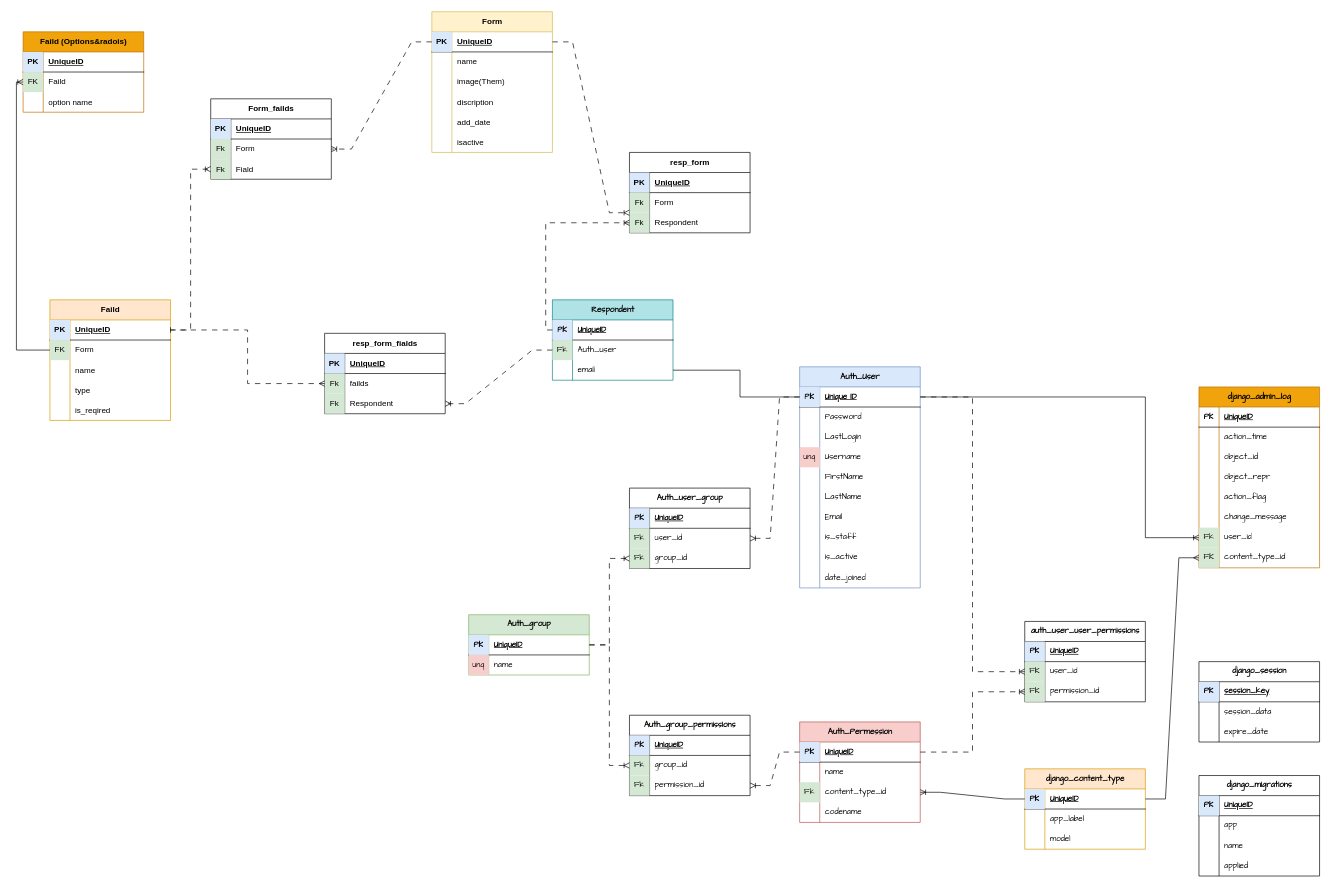
The draw.io diagram db.drawio in TechGeeks-Club/TG_Sets, before the edit. Source tidied: cells renumbered, new cells numbered last; positions are measured from the earlier drawing's top-left corner, leaving out a move shared by most shapes. Both pictures are drawn from the tidied source at 67%, with x=0, y=0 at pixel (23, 11).
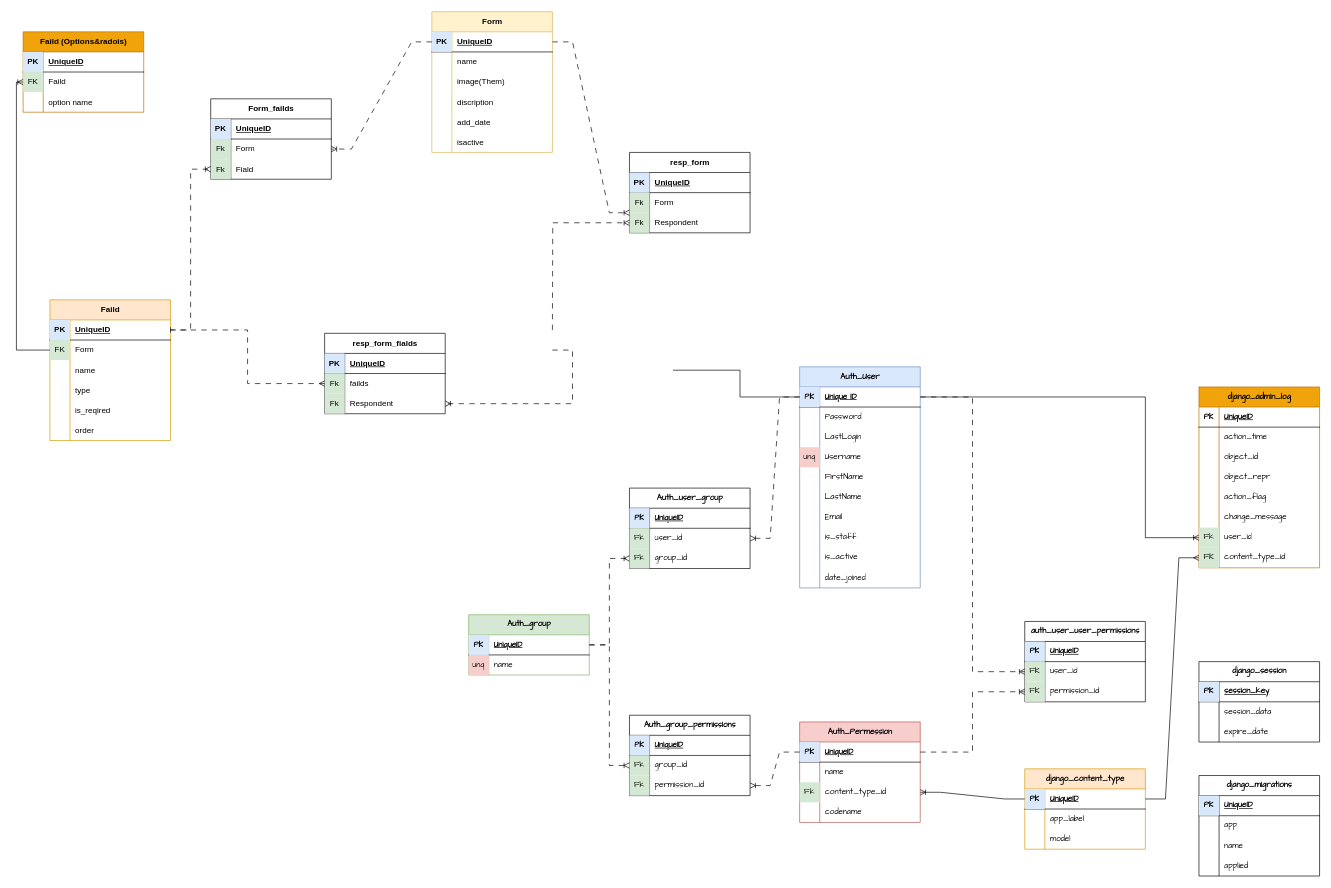
The same page after the edit.

Unchanged cells that the change refers to:
```xml
<mxCell id="226" style="shape=tableRow;horizontal=0;startSize=0;swimlaneHead=0;swimlaneBody=0;fillColor=none;points=[[0,0.5],[1,0.5]];portConstraint=eastwest;top=0;left=0;right=0;bottom=0;" parent="219" vertex="1">
  <mxGeometry y="90" width="180" height="30" as="geometry" />
</mxCell>
<mxCell id="238" style="shape=tableRow;horizontal=0;startSize=0;swimlaneHead=0;swimlaneBody=0;fillColor=none;points=[[0,0.5],[1,0.5]];portConstraint=eastwest;top=0;left=0;right=0;bottom=0;" parent="231" vertex="1">
  <mxGeometry y="90" width="180" height="30" as="geometry" />
</mxCell>
```

The edit, as a diff of the source:
```diff
@@
-    <mxCell id="150" value="Respondent" style="shape=table;startSize=30;childLayout=tableLayout;rowLines=0;fontStyle=1;align=center;html=1;hachureGap=4;fontFamily=Architects Daughter;fillColor=#b0e3e6;strokeColor=#0e8088;" parent="1" vertex="1">
-      <mxGeometry x="790" y="430" width="180" height="120" as="geometry" />
-    </mxCell>
-    <mxCell id="151" style="shape=tableRow;horizontal=0;startSize=0;swimlaneHead=0;swimlaneBody=0;fillColor=none;points=[[0,0.5],[1,0.5]];portConstraint=eastwest;top=0;left=0;right=0;bottom=1;hachureGap=4;fontFamily=Architects Daughter;" parent="150" vertex="1">
-      <mxGeometry y="30" width="180" height="30" as="geometry" />
-    </mxCell>
-    <mxCell id="152" value="PK" style="shape=partialRectangle;fillColor=#dae8fc;top=0;left=0;bottom=0;right=0;fontStyle=1;overflow=hidden;whiteSpace=wrap;html=1;hachureGap=4;fontFamily=Architects Daughter;strokeColor=#6c8ebf;" parent="151" vertex="1">
-      <mxGeometry width="30" height="30" as="geometry" />
-    </mxCell>
-    <mxCell id="153" value="UniqueID" style="shape=partialRectangle;fillColor=none;top=0;left=0;bottom=0;right=0;align=left;spacingLeft=6;fontStyle=5;overflow=hidden;whiteSpace=wrap;html=1;hachureGap=4;fontFamily=Architects Daughter;" parent="151" vertex="1">
-      <mxGeometry x="30" width="150" height="30" as="geometry" />
-    </mxCell>
-    <mxCell id="154" style="shape=tableRow;horizontal=0;startSize=0;swimlaneHead=0;swimlaneBody=0;fillColor=none;points=[[0,0.5],[1,0.5]];portConstraint=eastwest;top=0;left=0;right=0;bottom=0;hachureGap=4;fontFamily=Architects Daughter;" parent="150" vertex="1">
-      <mxGeometry y="60" width="180" height="30" as="geometry" />
-    </mxCell>
-    <mxCell id="155" value="Fk" style="shape=partialRectangle;fillColor=#d5e8d4;top=0;left=0;bottom=0;right=0;overflow=hidden;whiteSpace=wrap;html=1;hachureGap=4;fontFamily=Architects Daughter;strokeColor=#82b366;" parent="154" vertex="1">
-      <mxGeometry width="30" height="30" as="geometry" />
-    </mxCell>
-    <mxCell id="156" value="Auth_user" style="shape=partialRectangle;fillColor=none;top=0;left=0;bottom=0;right=0;align=left;spacingLeft=6;overflow=hidden;whiteSpace=wrap;html=1;hachureGap=4;fontFamily=Architects Daughter;" parent="154" vertex="1">
-      <mxGeometry x="30" width="150" height="30" as="geometry" />
-    </mxCell>
-    <mxCell id="157" style="shape=tableRow;horizontal=0;startSize=0;swimlaneHead=0;swimlaneBody=0;fillColor=none;top=0;left=0;right=0;bottom=0;hachureGap=4;fontFamily=Architects Daughter;" parent="150" vertex="1">
-      <mxGeometry y="90" width="180" height="30" as="geometry" />
-    </mxCell>
-    <mxCell id="158" style="shape=partialRectangle;fillColor=none;top=0;left=0;bottom=0;right=0;overflow=hidden;whiteSpace=wrap;html=1;hachureGap=4;fontFamily=Architects Daughter;" parent="157" vertex="1">
-      <mxGeometry width="30" height="30" as="geometry" />
-    </mxCell>
-    <mxCell id="159" value="email" style="shape=partialRectangle;fillColor=none;top=0;left=0;bottom=0;right=0;align=left;spacingLeft=6;overflow=hidden;whiteSpace=wrap;html=1;hachureGap=4;fontFamily=Architects Daughter;" parent="157" vertex="1">
-      <mxGeometry x="30" width="150" height="30" as="geometry" />
-    </mxCell>
@@
     <mxCell id="180" value="Faild" style="shape=table;startSize=30;childLayout=tableLayout;rowLines=0;fontStyle=1;align=center;html=1;fillColor=#ffe6cc;strokeColor=#d79b00;" parent="1" vertex="1">
-      <mxGeometry x="40" y="430" width="180" height="180" as="geometry" />
+      <mxGeometry x="40" y="430" width="180" height="210" as="geometry" />
     </mxCell>
@@
+    <mxCell id="243" style="shape=tableRow;horizontal=0;startSize=0;swimlaneHead=0;swimlaneBody=0;fillColor=none;top=0;left=0;right=0;bottom=0;" parent="180" vertex="1">
+      <mxGeometry y="180" width="180" height="30" as="geometry" />
+    </mxCell>
+    <mxCell id="244" style="shape=partialRectangle;fillColor=none;top=0;left=0;bottom=0;right=0;overflow=hidden;whiteSpace=wrap;html=1;" parent="243" vertex="1">
+      <mxGeometry width="30" height="30" as="geometry" />
+    </mxCell>
+    <mxCell id="245" value="order" style="shape=partialRectangle;fillColor=none;top=0;left=0;bottom=0;right=0;align=left;spacingLeft=6;overflow=hidden;whiteSpace=wrap;html=1;" parent="243" vertex="1">
+      <mxGeometry x="30" width="150" height="30" as="geometry" />
+    </mxCell>
@@
-    <mxCell id="229" style="edgeStyle=orthogonalEdgeStyle;fontSize=12;html=1;endArrow=ERoneToMany;rounded=0;entryX=0;entryY=0.5;entryDx=0;entryDy=0;exitX=0;exitY=0.5;exitDx=0;exitDy=0;dashed=1;dashPattern=8 8;" parent="1" edge="1" source="151" target="226">
-      <mxGeometry relative="1" as="geometry" />
+    <mxCell id="229" style="edgeStyle=orthogonalEdgeStyle;fontSize=12;html=1;endArrow=ERoneToMany;rounded=0;entryX=0;entryY=0.5;entryDx=0;entryDy=0;exitX=0;exitY=0.5;exitDx=0;exitDy=0;dashed=1;dashPattern=8 8;" parent="1" edge="1" target="226">
+      <mxGeometry relative="1" as="geometry">
+        <mxPoint x="790" y="475" as="sourcePoint" />
+      </mxGeometry>
     </mxCell>
@@
-    <mxCell id="242" style="edgeStyle=entityRelationEdgeStyle;fontSize=12;html=1;endArrow=ERoneToMany;rounded=0;entryX=1;entryY=0.5;entryDx=0;entryDy=0;exitX=0;exitY=0.5;exitDx=0;exitDy=0;dashed=1;dashPattern=8 8;" parent="1" edge="1" source="154" target="238">
-      <mxGeometry relative="1" as="geometry" />
+    <mxCell id="242" style="edgeStyle=entityRelationEdgeStyle;fontSize=12;html=1;endArrow=ERoneToMany;rounded=0;entryX=1;entryY=0.5;entryDx=0;entryDy=0;exitX=0;exitY=0.5;exitDx=0;exitDy=0;dashed=1;dashPattern=8 8;" parent="1" edge="1" target="238">
+      <mxGeometry relative="1" as="geometry">
+        <mxPoint x="790" y="505" as="sourcePoint" />
+      </mxGeometry>
     </mxCell>
```
